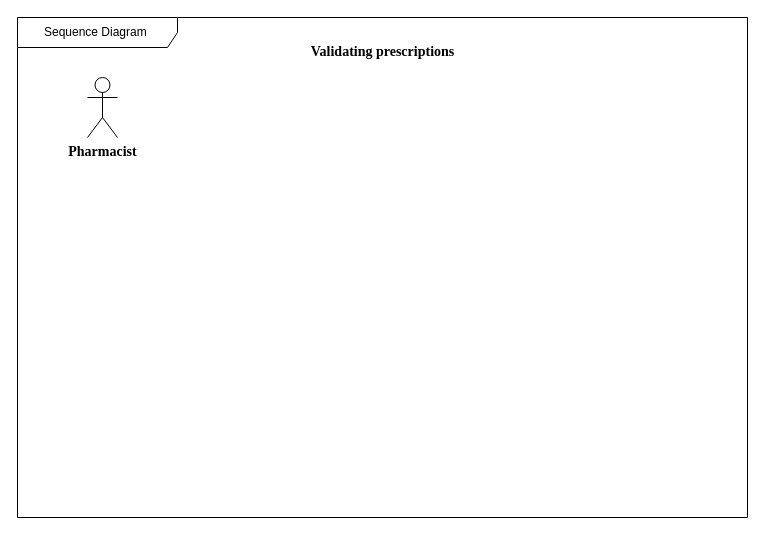
Earlier version of the draw.io diagram Sequence  Diagram.drawio (FOMOKN/Software-Engineering). Source tidied: cells renumbered, new cells numbered last; positions are measured from the earlier drawing's top-left corner, leaving out a move shared by most shapes. Both pictures are drawn from the tidied source at 100%, with x=0, y=0 at pixel (17, 17).
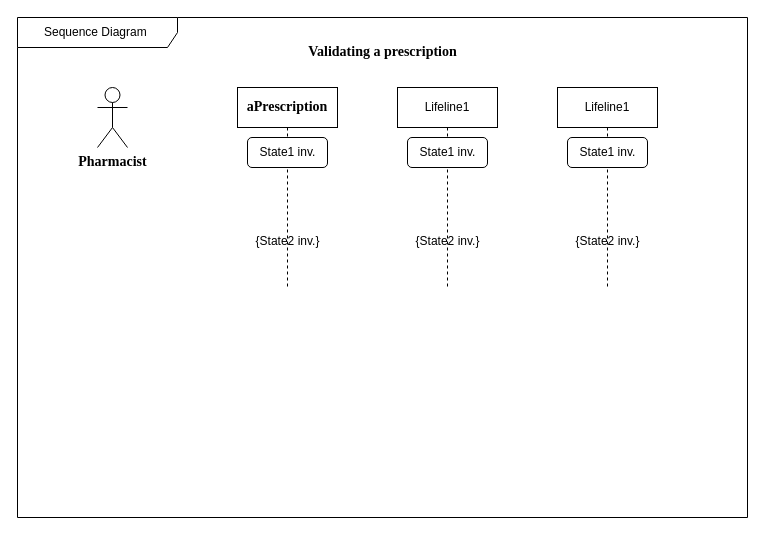
After the change.

Diff of the diagram source:
```diff
@@
 <mxGraphModel>
   <root>
     <mxCell id="0" />
     <mxCell id="1" parent="0" />
-    <mxCell id="2" value="&lt;font size=&quot;1&quot; face=&quot;Times New Roman&quot;&gt;&lt;b style=&quot;font-size: 14px;&quot;&gt;Pharmacist&lt;/b&gt;&lt;/font&gt;" style="shape=umlActor;verticalLabelPosition=bottom;verticalAlign=top;html=1;" parent="1" vertex="1">
-      <mxGeometry x="70" y="60" width="30" height="60" as="geometry" />
-    </mxCell>
     <mxCell id="3" value="Sequence Diagram&amp;nbsp;" style="shape=umlFrame;whiteSpace=wrap;html=1;width=160;" parent="1" vertex="1">
       <mxGeometry width="730" height="500" as="geometry" />
     </mxCell>
-    <mxCell id="4" value="Validating prescriptions" style="text;html=1;align=center;verticalAlign=middle;strokeColor=none;fillColor=none;fontFamily=Times New Roman;fontSize=14;fontStyle=1;" parent="3" vertex="1">
+    <mxCell id="4" value="Validating a prescription" style="text;html=1;align=center;verticalAlign=middle;strokeColor=none;fillColor=none;fontFamily=Times New Roman;fontSize=14;fontStyle=1;" parent="3" vertex="1">
       <mxGeometry x="280" y="20" width="170" height="30" as="geometry" />
     </mxCell>
+    <mxCell id="5" value="&lt;font style=&quot;font-size: 14px;&quot; face=&quot;Times New Roman&quot;&gt;&lt;b&gt;aPrescription&lt;/b&gt;&lt;/font&gt;" style="shape=umlLifeline;perimeter=lifelinePerimeter;whiteSpace=wrap;html=1;newEdgeStyle={&quot;curved&quot;:0,&quot;rounded&quot;:0};align=center;" parent="3" vertex="1">
+      <mxGeometry x="220" y="70" width="100" height="200" as="geometry" />
+    </mxCell>
+    <mxCell id="6" value="State1 inv." style="rounded=1;dashed=0;point=[];targetShapes=umlLifeline;html=1;" parent="5" vertex="1">
+      <mxGeometry x="10" y="50" width="80" height="30" as="geometry" />
+    </mxCell>
+    <mxCell id="7" value="{State2 inv.}" style="text;align=center;point=[];targetShapes=umlLifeline;html=1;" parent="5" vertex="1">
+      <mxGeometry y="140" width="100" height="30" as="geometry" />
+    </mxCell>
+    <mxCell id="8" value="Lifeline1" style="shape=umlLifeline;perimeter=lifelinePerimeter;whiteSpace=wrap;html=1;newEdgeStyle={&quot;curved&quot;:0,&quot;rounded&quot;:0};" parent="3" vertex="1">
+      <mxGeometry x="380" y="70" width="100" height="200" as="geometry" />
+    </mxCell>
+    <mxCell id="9" value="State1 inv." style="rounded=1;dashed=0;point=[];targetShapes=umlLifeline;html=1;" parent="8" vertex="1">
+      <mxGeometry x="10" y="50" width="80" height="30" as="geometry" />
+    </mxCell>
+    <mxCell id="10" value="{State2 inv.}" style="text;align=center;point=[];targetShapes=umlLifeline;html=1;" parent="8" vertex="1">
+      <mxGeometry y="140" width="100" height="30" as="geometry" />
+    </mxCell>
+    <mxCell id="11" value="Lifeline1" style="shape=umlLifeline;perimeter=lifelinePerimeter;whiteSpace=wrap;html=1;newEdgeStyle={&quot;curved&quot;:0,&quot;rounded&quot;:0};" parent="3" vertex="1">
+      <mxGeometry x="540" y="70" width="100" height="200" as="geometry" />
+    </mxCell>
+    <mxCell id="12" value="State1 inv." style="rounded=1;dashed=0;point=[];targetShapes=umlLifeline;html=1;" parent="11" vertex="1">
+      <mxGeometry x="10" y="50" width="80" height="30" as="geometry" />
+    </mxCell>
+    <mxCell id="13" value="{State2 inv.}" style="text;align=center;point=[];targetShapes=umlLifeline;html=1;" parent="11" vertex="1">
+      <mxGeometry y="140" width="100" height="30" as="geometry" />
+    </mxCell>
+    <mxCell id="2" value="&lt;font size=&quot;1&quot; face=&quot;Times New Roman&quot;&gt;&lt;b style=&quot;font-size: 14px;&quot;&gt;Pharmacist&lt;/b&gt;&lt;/font&gt;" style="shape=umlActor;verticalLabelPosition=bottom;verticalAlign=top;html=1;" parent="3" vertex="1">
+      <mxGeometry x="80" y="70" width="30" height="60" as="geometry" />
+    </mxCell>
   </root>
 </mxGraphModel>
```
